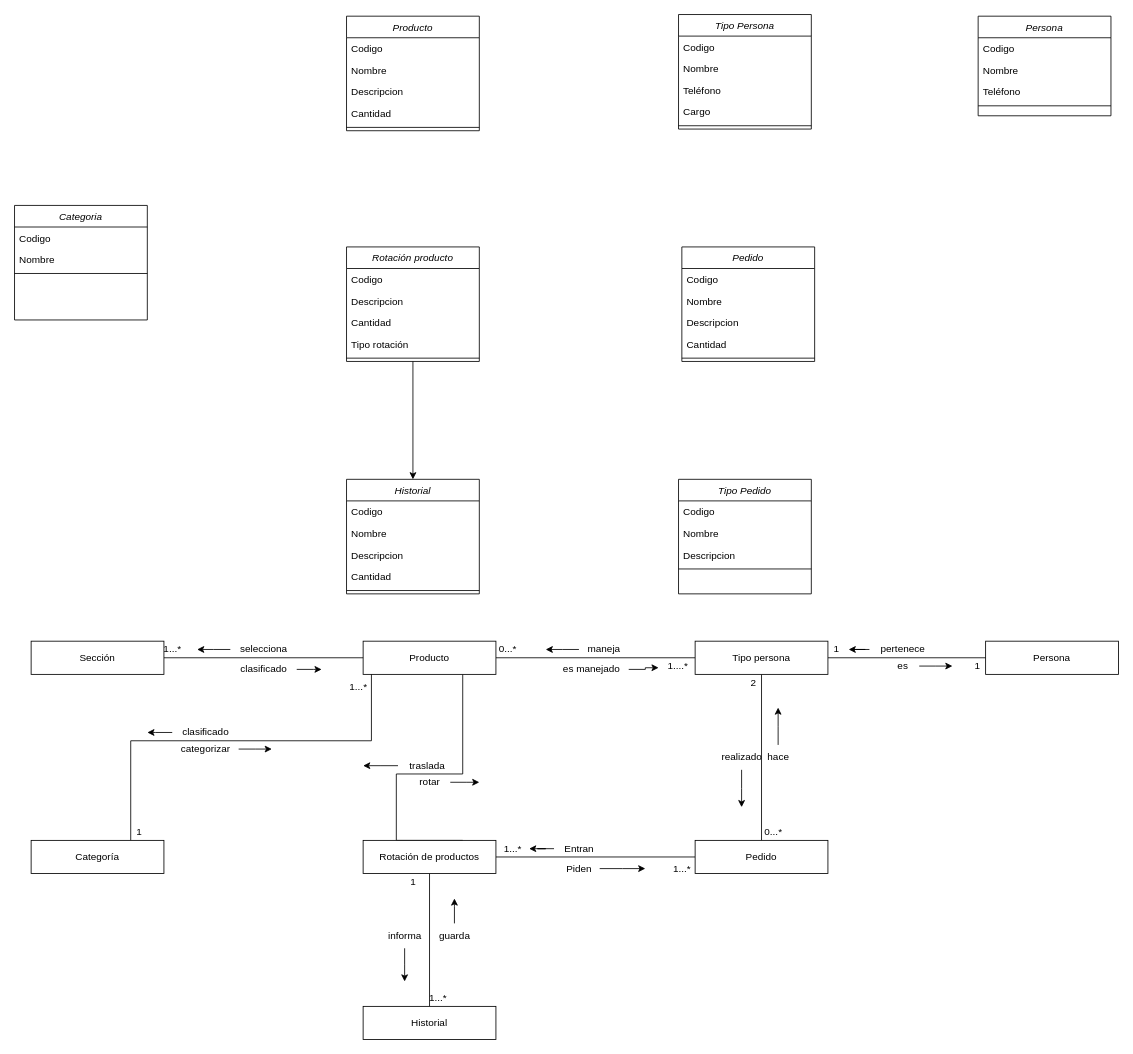
This is Extraclase/Modelo de dominio/Modelo de dominio detallado/Modelo de dominio detallado.drawio from DOOPan2022/Presupuesto, a draw.io file, before an edit. Source tidied: cells renumbered, new cells numbered last; positions are measured from the earlier drawing's top-left corner, leaving out a move shared by most shapes. Both pictures are drawn from the tidied source at 83%, with x=0, y=0 at pixel (14, 14).
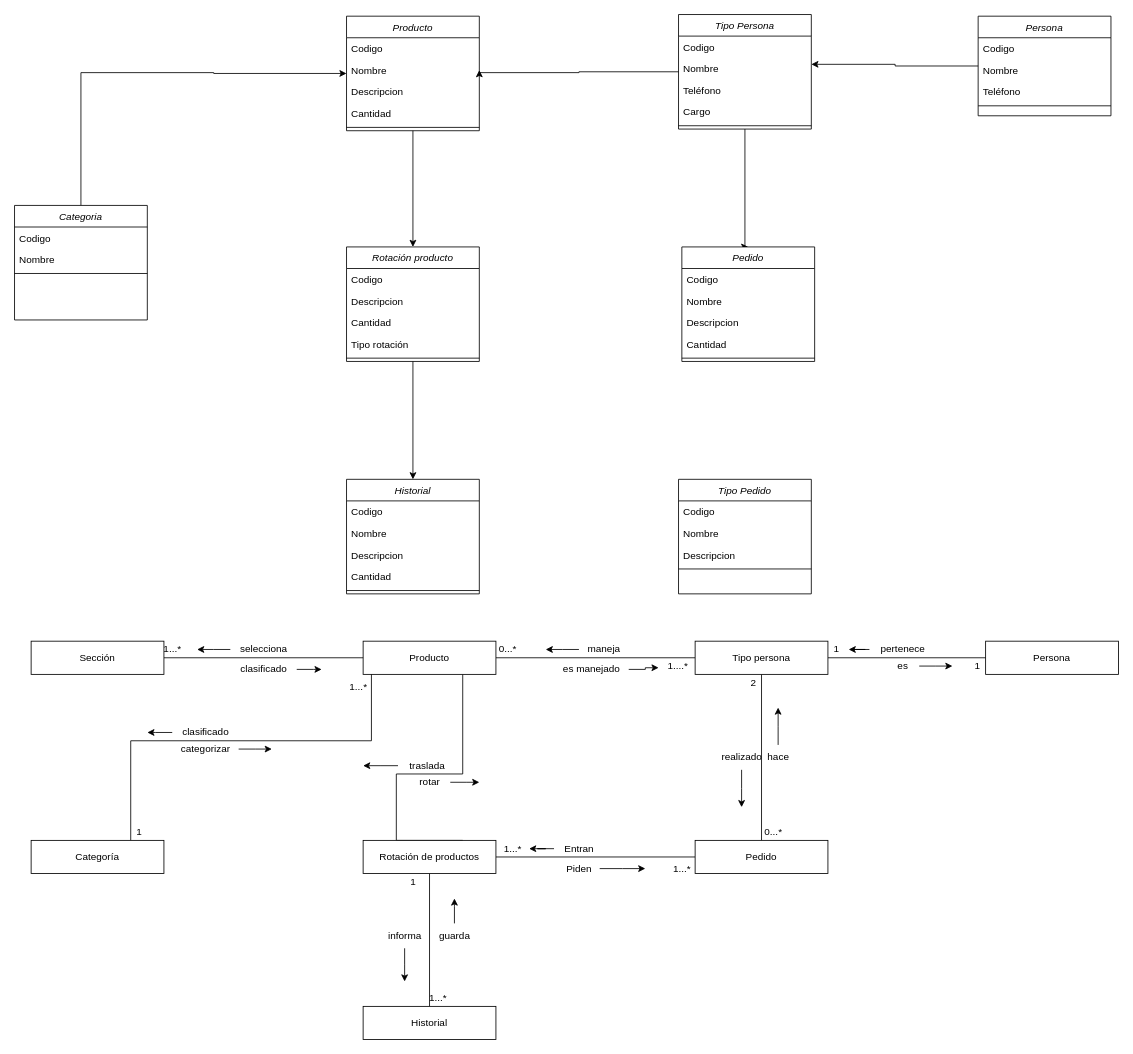
Above is the later version.

Unchanged cells that the change refers to:
```xml
<mxCell id="2" value="Persona" style="swimlane;fontStyle=2;align=center;verticalAlign=top;horizontal=1;startSize=26;rounded=0;shadow=0;strokeWidth=1;" parent="1" vertex="1">
  <mxGeometry x="1161" y="2" width="160" height="120" as="geometry" />
</mxCell>
<mxCell id="68" value="Tipo Persona" style="swimlane;fontStyle=2;align=center;verticalAlign=top;horizontal=1;startSize=26;rounded=0;shadow=0;strokeWidth=1;" parent="1" vertex="1">
  <mxGeometry x="800" width="160" height="138" as="geometry" />
</mxCell>
<mxCell id="70" value="Nombre" style="text;align=left;verticalAlign=top;spacingLeft=4;spacingRight=4;overflow=hidden;points=[[0,0.5],[1,0.5]];portConstraint=eastwest;" parent="68" vertex="1">
  <mxGeometry y="52" width="160" height="26" as="geometry" />
</mxCell>
<mxCell id="74" value="Producto" style="swimlane;fontStyle=2;align=center;verticalAlign=top;horizontal=1;startSize=26;rounded=0;shadow=0;strokeWidth=1;" parent="1" vertex="1">
  <mxGeometry x="400" y="2" width="160" height="138" as="geometry" />
</mxCell>
<mxCell id="76" value="Nombre" style="text;align=left;verticalAlign=top;spacingLeft=4;spacingRight=4;overflow=hidden;points=[[0,0.5],[1,0.5]];portConstraint=eastwest;" parent="74" vertex="1">
  <mxGeometry y="52" width="160" height="26" as="geometry" />
</mxCell>
<mxCell id="81" value="Rotación producto" style="swimlane;fontStyle=2;align=center;verticalAlign=top;horizontal=1;startSize=26;rounded=0;shadow=0;strokeWidth=1;" parent="1" vertex="1">
  <mxGeometry x="400" y="280" width="160" height="138" as="geometry" />
</mxCell>
<mxCell id="87" value="Pedido" style="swimlane;fontStyle=2;align=center;verticalAlign=top;horizontal=1;startSize=26;rounded=0;shadow=0;strokeWidth=1;" parent="1" vertex="1">
  <mxGeometry x="804" y="280" width="160" height="138" as="geometry" />
</mxCell>
<mxCell id="93" value="Categoria" style="swimlane;fontStyle=2;align=center;verticalAlign=top;horizontal=1;startSize=26;rounded=0;shadow=0;strokeWidth=1;" parent="1" vertex="1">
  <mxGeometry y="230" width="160" height="138" as="geometry" />
</mxCell>
```

The edit, as a diff of the source:
```diff
@@
+    <mxCell id="108" style="edgeStyle=orthogonalEdgeStyle;rounded=0;jettySize=auto;html=1;" parent="1" edge="1" source="2" target="70">
+      <mxGeometry relative="1" as="geometry">
+        <Array as="points">
+          <mxPoint x="1061" y="62" />
+          <mxPoint x="1061" y="60" />
+        </Array>
+      </mxGeometry>
+    </mxCell>
@@
+    <mxCell id="109" style="edgeStyle=orthogonalEdgeStyle;rounded=0;jettySize=auto;html=1;entryX=1;entryY=0.5;entryDx=0;entryDy=0;" parent="1" edge="1" source="68" target="76">
+      <mxGeometry relative="1" as="geometry">
+        <Array as="points">
+          <mxPoint x="680" y="69" />
+          <mxPoint x="680" y="70" />
+          <mxPoint x="560" y="70" />
+        </Array>
+      </mxGeometry>
+    </mxCell>
+    <mxCell id="110" style="edgeStyle=orthogonalEdgeStyle;rounded=0;jettySize=auto;html=1;entryX=0.5;entryY=0;entryDx=0;entryDy=0;" parent="1" edge="1" source="68" target="87">
+      <mxGeometry relative="1" as="geometry">
+        <Array as="points">
+          <mxPoint x="880" y="280" />
+        </Array>
+      </mxGeometry>
+    </mxCell>
@@
+    <mxCell id="111" style="edgeStyle=orthogonalEdgeStyle;rounded=0;jettySize=auto;html=1;entryX=0.5;entryY=0;entryDx=0;entryDy=0;" parent="1" edge="1" source="74" target="81">
+      <mxGeometry relative="1" as="geometry" />
+    </mxCell>
@@
+    <mxCell id="112" style="edgeStyle=orthogonalEdgeStyle;rounded=0;jettySize=auto;html=1;" parent="1" edge="1" source="93" target="74">
+      <mxGeometry relative="1" as="geometry">
+        <Array as="points">
+          <mxPoint x="80" y="70" />
+          <mxPoint x="240" y="70" />
+          <mxPoint x="240" y="71" />
+        </Array>
+      </mxGeometry>
+    </mxCell>
```
